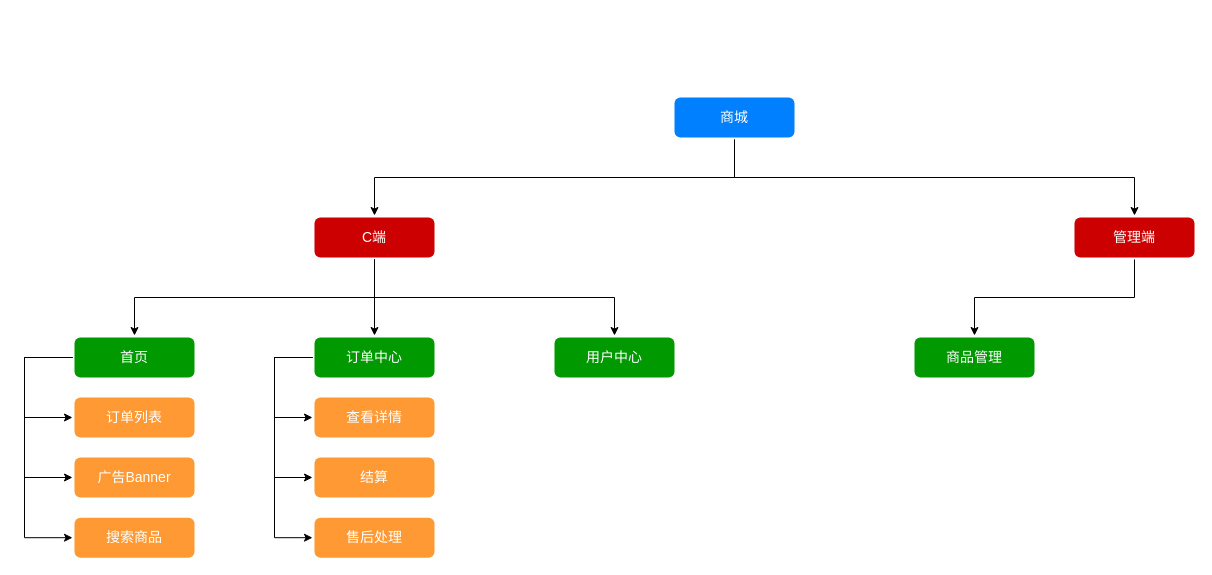
Above: 业务架构.drawio in kuangziyang/shop-design (draw.io), before the change. Source tidied: cells renumbered, new cells numbered last; positions are measured from the earlier drawing's top-left corner, leaving out a move shared by most shapes. Both pictures are drawn from the tidied source at 100%, with x=0, y=0 at pixel (24, 97).
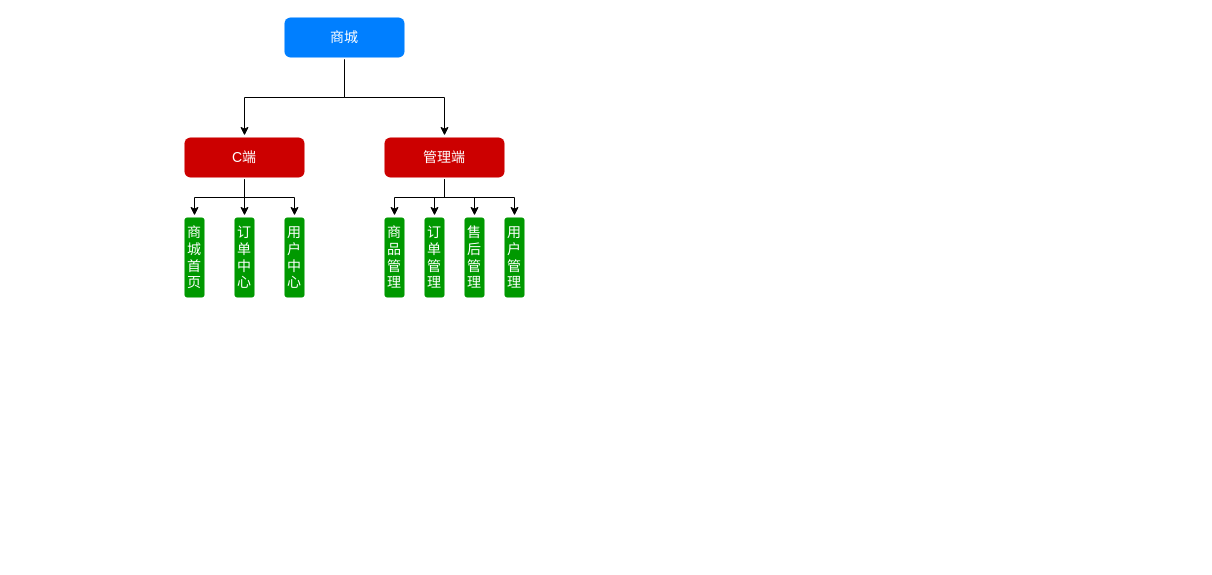
The same page after the edit.

Diff of the diagram source:
```diff
@@
     <mxCell id="4" value="商城" style="rounded=1;whiteSpace=wrap;html=1;strokeColor=none;strokeWidth=3;perimeterSpacing=2;fontSize=14;fontColor=#FFFFFF;fillColor=#007FFF;" parent="1" vertex="1">
-      <mxGeometry x="650" width="120" height="40" as="geometry" />
+      <mxGeometry x="260" y="-80" width="120" height="40" as="geometry" />
     </mxCell>
@@
     <mxCell id="8" value="C端" style="rounded=1;whiteSpace=wrap;html=1;strokeColor=none;strokeWidth=3;perimeterSpacing=2;fontSize=14;fontColor=#FFFFFF;fillColor=#CC0000;" parent="1" vertex="1">
-      <mxGeometry x="290" y="120" width="120" height="40" as="geometry" />
+      <mxGeometry x="160" y="40" width="120" height="40" as="geometry" />
     </mxCell>
@@
+    <mxCell id="27" style="edgeStyle=orthogonalEdgeStyle;rounded=0;jettySize=auto;html=1;exitX=0.5;exitY=1;exitDx=0;exitDy=0;" parent="1" edge="1" source="10" target="30">
+      <mxGeometry relative="1" as="geometry" />
+    </mxCell>
+    <mxCell id="28" style="edgeStyle=orthogonalEdgeStyle;rounded=0;jettySize=auto;html=1;exitX=0.5;exitY=1;exitDx=0;exitDy=0;entryX=0.5;entryY=0;entryDx=0;entryDy=0;" parent="1" edge="1" source="10" target="31">
+      <mxGeometry relative="1" as="geometry" />
+    </mxCell>
+    <mxCell id="29" style="edgeStyle=orthogonalEdgeStyle;rounded=0;jettySize=auto;html=1;exitX=0.5;exitY=1;exitDx=0;exitDy=0;" parent="1" edge="1" source="10" target="32">
+      <mxGeometry relative="1" as="geometry" />
+    </mxCell>
     <mxCell id="10" value="管理端" style="rounded=1;whiteSpace=wrap;html=1;strokeColor=none;strokeWidth=3;perimeterSpacing=2;fontSize=14;fontColor=#FFFFFF;fillColor=#CC0000;" parent="1" vertex="1">
-      <mxGeometry x="1050" y="120" width="120" height="40" as="geometry" />
+      <mxGeometry x="360" y="40" width="120" height="40" as="geometry" />
     </mxCell>
-    <mxCell id="11" style="edgeStyle=elbowEdgeStyle;rounded=0;jettySize=auto;elbow=vertical;html=1;exitX=0;exitY=0.5;exitDx=0;exitDy=0;entryX=0;entryY=0.5;entryDx=0;entryDy=0;" parent="1" edge="1" source="14" target="21">
-      <mxGeometry relative="1" as="geometry">
-        <Array as="points">
-          <mxPoint y="320" />
-          <mxPoint y="310" />
-        </Array>
-      </mxGeometry>
-    </mxCell>
-    <mxCell id="12" style="edgeStyle=elbowEdgeStyle;rounded=0;jettySize=auto;elbow=vertical;html=1;exitX=0;exitY=0.5;exitDx=0;exitDy=0;entryX=0;entryY=0.5;entryDx=0;entryDy=0;" parent="1" edge="1" source="14" target="22">
-      <mxGeometry relative="1" as="geometry">
-        <Array as="points">
-          <mxPoint y="320" />
-        </Array>
-      </mxGeometry>
-    </mxCell>
-    <mxCell id="13" style="edgeStyle=elbowEdgeStyle;rounded=0;jettySize=auto;elbow=vertical;html=1;exitX=0;exitY=0.5;exitDx=0;exitDy=0;entryX=0;entryY=0.5;entryDx=0;entryDy=0;" parent="1" edge="1" source="14" target="23">
-      <mxGeometry relative="1" as="geometry">
-        <Array as="points">
-          <mxPoint y="400" />
-        </Array>
-      </mxGeometry>
-    </mxCell>
-    <mxCell id="14" value="首页" style="rounded=1;whiteSpace=wrap;html=1;strokeColor=none;strokeWidth=3;perimeterSpacing=2;fontSize=14;fontColor=#FFFFFF;fillColor=#009900;" parent="1" vertex="1">
-      <mxGeometry x="50" y="240" width="120" height="40" as="geometry" />
+    <mxCell id="14" value="商城首页" style="rounded=1;whiteSpace=wrap;html=1;strokeColor=none;strokeWidth=3;perimeterSpacing=2;fontSize=14;fontColor=#FFFFFF;fillColor=#009900;" parent="1" vertex="1">
+      <mxGeometry x="160" y="120" width="20" height="80" as="geometry" />
     </mxCell>
-    <mxCell id="15" style="rounded=0;jettySize=auto;html=1;exitX=0;exitY=0.5;exitDx=0;exitDy=0;entryX=0;entryY=0.5;entryDx=0;entryDy=0;edgeStyle=elbowEdgeStyle;" parent="1" edge="1" source="18" target="24">
-      <mxGeometry relative="1" as="geometry">
-        <Array as="points">
-          <mxPoint x="250" y="290" />
-        </Array>
-      </mxGeometry>
-    </mxCell>
-    <mxCell id="16" style="edgeStyle=elbowEdgeStyle;rounded=0;jettySize=auto;html=1;exitX=0;exitY=0.5;exitDx=0;exitDy=0;entryX=0;entryY=0.5;entryDx=0;entryDy=0;" parent="1" edge="1" source="18" target="25">
-      <mxGeometry relative="1" as="geometry">
-        <Array as="points">
-          <mxPoint x="250" y="340" />
-        </Array>
-      </mxGeometry>
-    </mxCell>
-    <mxCell id="17" style="edgeStyle=elbowEdgeStyle;rounded=0;jettySize=auto;html=1;exitX=0;exitY=0.5;exitDx=0;exitDy=0;entryX=0;entryY=0.5;entryDx=0;entryDy=0;" parent="1" edge="1" source="18" target="26">
-      <mxGeometry relative="1" as="geometry">
-        <Array as="points">
-          <mxPoint x="250" y="380" />
-        </Array>
-      </mxGeometry>
-    </mxCell>
     <mxCell id="18" value="订单中心" style="rounded=1;whiteSpace=wrap;html=1;strokeColor=none;strokeWidth=3;perimeterSpacing=2;fontSize=14;fontColor=#FFFFFF;fillColor=#009900;" parent="1" vertex="1">
-      <mxGeometry x="290" y="240" width="120" height="40" as="geometry" />
+      <mxGeometry x="210" y="120" width="20" height="80" as="geometry" />
     </mxCell>
     <mxCell id="19" value="用户中心" style="rounded=1;whiteSpace=wrap;html=1;strokeColor=none;strokeWidth=3;perimeterSpacing=2;fontSize=14;fontColor=#FFFFFF;fillColor=#009900;" parent="1" vertex="1">
-      <mxGeometry x="530" y="240" width="120" height="40" as="geometry" />
+      <mxGeometry x="260" y="120" width="20" height="80" as="geometry" />
     </mxCell>
     <mxCell id="20" value="商品管理" style="rounded=1;whiteSpace=wrap;html=1;strokeColor=none;strokeWidth=3;perimeterSpacing=2;fontSize=14;fontColor=#FFFFFF;fillColor=#009900;" parent="1" vertex="1">
-      <mxGeometry x="890" y="240" width="120" height="40" as="geometry" />
+      <mxGeometry x="360" y="120" width="20" height="80" as="geometry" />
     </mxCell>
-    <mxCell id="21" value="订单列表" style="rounded=1;whiteSpace=wrap;html=1;strokeColor=none;strokeWidth=3;perimeterSpacing=2;fontSize=14;fontColor=#FFFFFF;fillColor=#FF9933;" parent="1" vertex="1">
-      <mxGeometry x="50" y="300" width="120" height="40" as="geometry" />
-    </mxCell>
-    <mxCell id="22" value="广告Banner" style="rounded=1;whiteSpace=wrap;html=1;strokeColor=none;strokeWidth=3;perimeterSpacing=2;fontSize=14;fontColor=#FFFFFF;fillColor=#FF9933;" parent="1" vertex="1">
-      <mxGeometry x="50" y="360" width="120" height="40" as="geometry" />
-    </mxCell>
-    <mxCell id="23" value="搜索商品" style="rounded=1;whiteSpace=wrap;html=1;strokeColor=none;strokeWidth=3;perimeterSpacing=2;fontSize=14;fontColor=#FFFFFF;fillColor=#FF9933;" parent="1" vertex="1">
-      <mxGeometry x="50" y="420.2" width="120" height="40" as="geometry" />
-    </mxCell>
-    <mxCell id="24" value="查看详情" style="rounded=1;whiteSpace=wrap;html=1;strokeColor=none;strokeWidth=3;perimeterSpacing=2;fontSize=14;fontColor=#FFFFFF;fillColor=#FF9933;" parent="1" vertex="1">
-      <mxGeometry x="290" y="300" width="120" height="40" as="geometry" />
-    </mxCell>
-    <mxCell id="25" value="结算" style="rounded=1;whiteSpace=wrap;html=1;strokeColor=none;strokeWidth=3;perimeterSpacing=2;fontSize=14;fontColor=#FFFFFF;fillColor=#FF9933;" parent="1" vertex="1">
-      <mxGeometry x="290" y="360" width="120" height="40" as="geometry" />
-    </mxCell>
-    <mxCell id="26" value="售后处理" style="rounded=1;whiteSpace=wrap;html=1;strokeColor=none;strokeWidth=3;perimeterSpacing=2;fontSize=14;fontColor=#FFFFFF;fillColor=#FF9933;" parent="1" vertex="1">
-      <mxGeometry x="290" y="420.2" width="120" height="40" as="geometry" />
-    </mxCell>
+    <mxCell id="30" value="订单管理" style="rounded=1;whiteSpace=wrap;html=1;strokeColor=none;strokeWidth=3;perimeterSpacing=2;fontSize=14;fontColor=#FFFFFF;fillColor=#009900;" parent="1" vertex="1">
+      <mxGeometry x="400" y="120" width="20" height="80" as="geometry" />
+    </mxCell>
+    <mxCell id="31" value="售后管理" style="rounded=1;whiteSpace=wrap;html=1;strokeColor=none;strokeWidth=3;perimeterSpacing=2;fontSize=14;fontColor=#FFFFFF;fillColor=#009900;" parent="1" vertex="1">
+      <mxGeometry x="440" y="120" width="20" height="80" as="geometry" />
+    </mxCell>
+    <mxCell id="32" value="用户管理" style="rounded=1;whiteSpace=wrap;html=1;strokeColor=none;strokeWidth=3;perimeterSpacing=2;fontSize=14;fontColor=#FFFFFF;fillColor=#009900;" parent="1" vertex="1">
+      <mxGeometry x="480" y="120" width="20" height="80" as="geometry" />
+    </mxCell>
```
